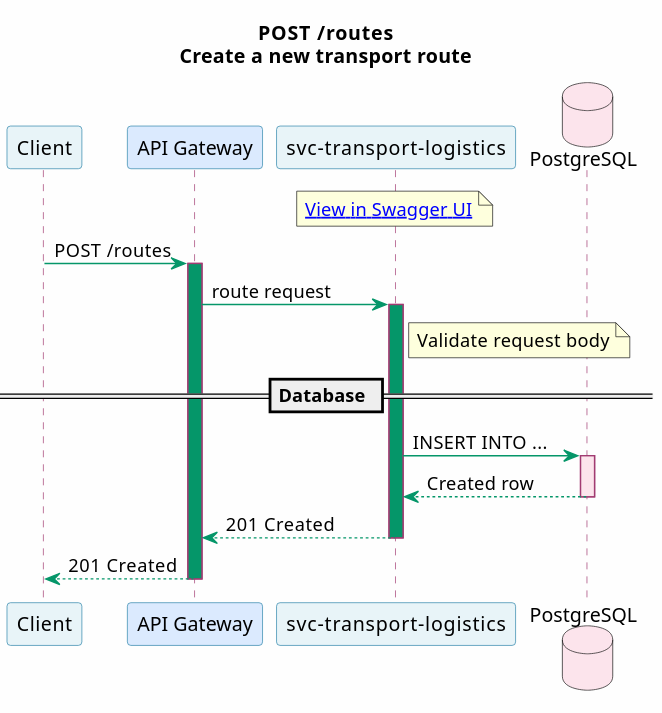
Earlier version of the PlantUML export portal/docs/microservices/svg/svc-transport-logistics--post-routes.svg (christopherblaisdell/continuous-architecture-platform-poc). Its diagram source:
```plantuml
@startuml
skinparam backgroundColor #FEFEFE
skinparam shadowing false
skinparam defaultFontName "Segoe UI"
skinparam sequence {
    ArrowColor #059669
    ParticipantBorderColor #2E86AB
    ParticipantBackgroundColor #E8F4F8
    LifeLineBorderColor #A23B72
    BoxBorderColor #F18F01
    BoxBackgroundColor #FFF8F0
    NoteBorderColor #c77b30
    NoteBackgroundColor #FEF3E7
}

title POST /routes\nCreate a new transport route

participant "Client" as Client
participant "API Gateway" as GW #DBEAFE
participant "svc-transport-logistics" as Svc [[/microservices/svc-transport-logistics/]] #E8F4F8
database "PostgreSQL" as DB #FCE4EC

note over Svc
  [[/services/api/svc-transport-logistics.html View in Swagger UI]]
end note

Client -> GW : POST /routes
activate GW #059669
GW -> Svc : route request
activate Svc #059669

note right of Svc : Validate request body

== Database ==

Svc -> DB : INSERT INTO ...
activate DB #FCE4EC
DB --> Svc : Created row
deactivate DB

Svc --> GW : 201 Created
deactivate Svc
GW --> Client : 201 Created
deactivate GW
@enduml
```
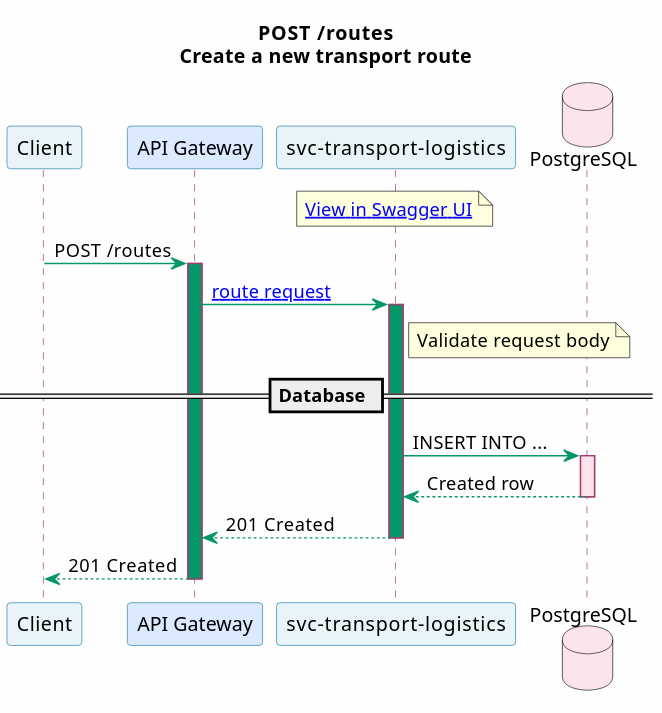
Later version of the same file.

Change to the diagram source:
```diff
@@ -26,7 +26,7 @@
 
 Client -> GW : POST /routes
 activate GW #059669
-GW -> Svc : route request
+GW -> Svc : [[/microservices/svc-transport-logistics/#post-routes-create-a-new-transport-route route request]]
 activate Svc #059669
 
 note right of Svc : Validate request body
```
